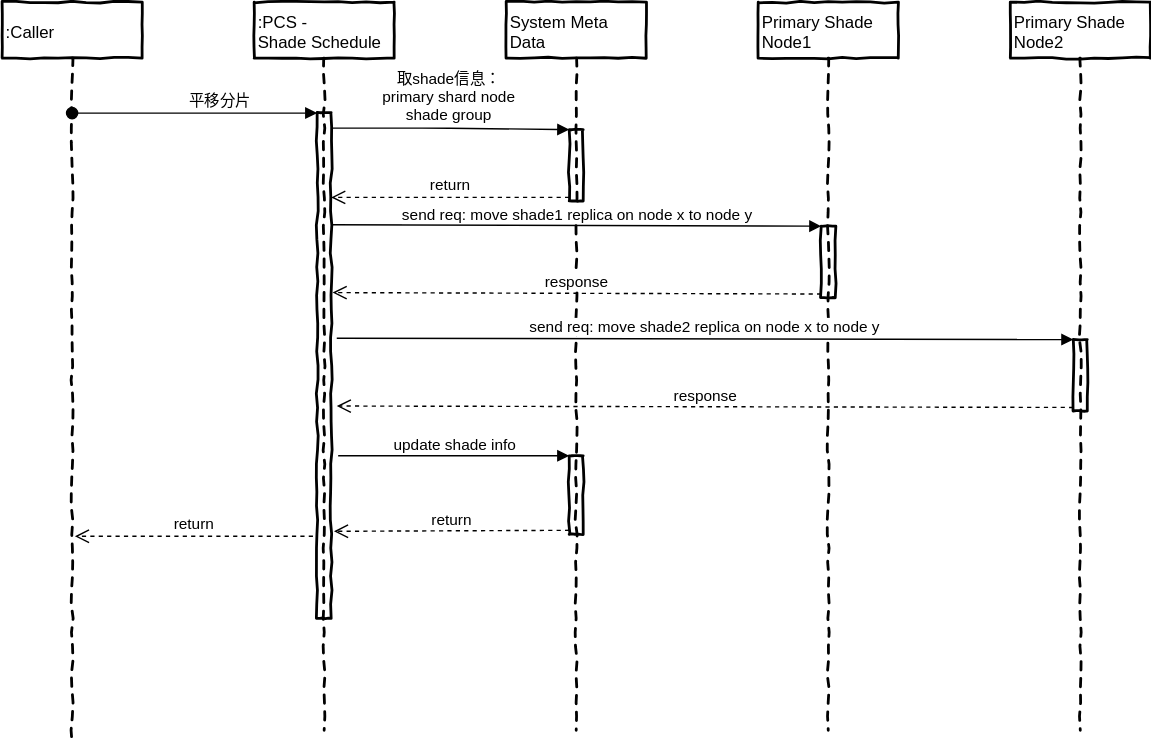
Above: attachments/1672969880164.drawio.svg in simbahebinbo/smallfat.github.io (draw.io), before the change. Source tidied: cells renumbered, new cells last; positions are measured from the earlier drawing's top-left corner, leaving out a move shared by most shapes.
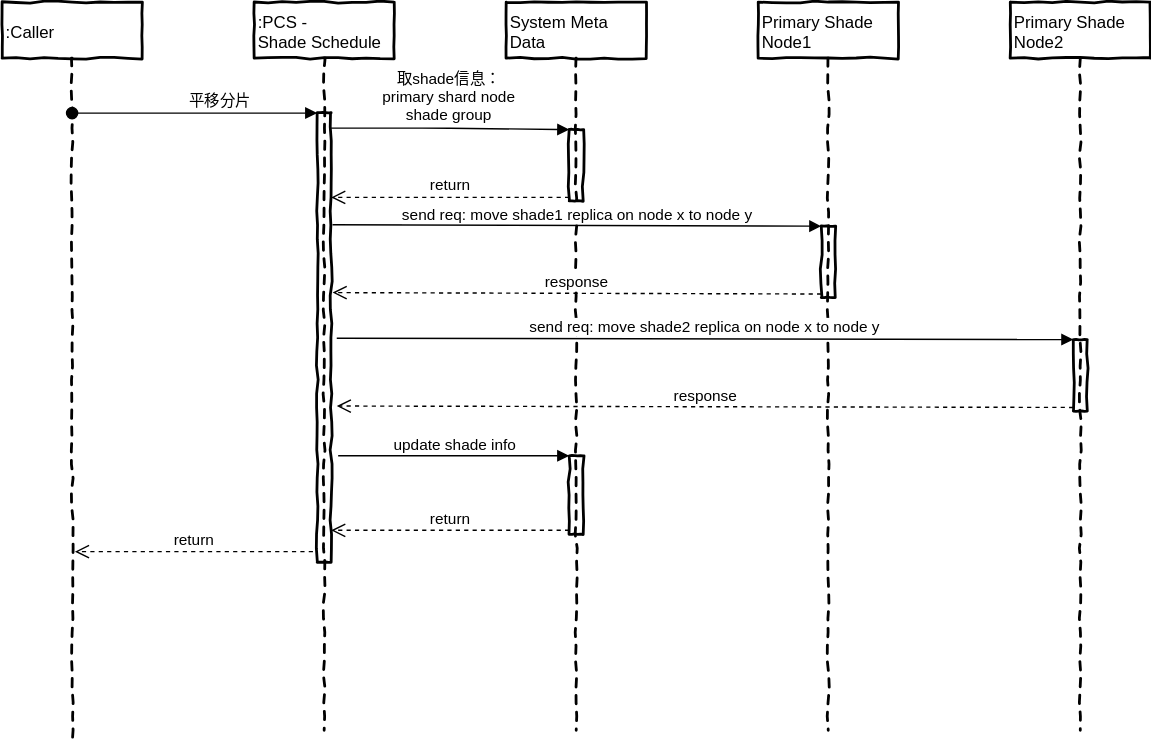
After the commit.

Commit message:
添加附件 : attachments/1672969880164.drawio.svg

The edit, as a diff of the source:
```diff
@@ -9,7 +9,7 @@
       <mxGeometry x="180" width="100" height="520" as="geometry" />
     </mxCell>
     <mxCell id="4" style="html=1;points=[];perimeter=orthogonalPerimeter;rounded=0;shadow=0;glass=0;comic=1;strokeColor=#000000;strokeWidth=2;fillColor=none;align=left;" parent="3" vertex="1">
-      <mxGeometry x="45" y="79" width="10" height="361" as="geometry" />
+      <mxGeometry x="45" y="79" width="10" height="321" as="geometry" />
     </mxCell>
     <mxCell id="5" value="System Meta Data" style="shape=umlLifeline;perimeter=lifelinePerimeter;whiteSpace=wrap;html=1;rounded=0;shadow=0;glass=0;comic=1;strokeColor=#000000;strokeWidth=2;fillColor=none;align=left;" parent="1" vertex="1">
       <mxGeometry x="360" width="100" height="520" as="geometry" />
@@ -58,8 +58,8 @@
     </mxCell>
     <mxCell id="16" value="return" style="html=1;verticalAlign=bottom;endArrow=open;dashed=1;endSize=8;exitX=0;exitY=0.95;strokeColor=#000000;" parent="1" edge="1">
       <mxGeometry relative="1" as="geometry">
-        <mxPoint x="222" y="381.5" as="sourcePoint" />
-        <mxPoint x="52" y="381.5" as="targetPoint" />
+        <mxPoint x="222" y="392.5" as="sourcePoint" />
+        <mxPoint x="52" y="392.5" as="targetPoint" />
       </mxGeometry>
     </mxCell>
     <mxCell id="17" value="Primary Shade Node2" style="shape=umlLifeline;perimeter=lifelinePerimeter;whiteSpace=wrap;html=1;rounded=0;shadow=0;glass=0;comic=1;strokeColor=#000000;strokeWidth=2;fillColor=none;align=left;" parent="1" vertex="1">
@@ -78,7 +78,7 @@
         <mxPoint x="239" y="288.5" as="targetPoint" />
       </mxGeometry>
     </mxCell>
-    <mxCell id="21" value="return" style="html=1;verticalAlign=bottom;endArrow=open;dashed=1;endSize=8;exitX=0;exitY=0.95;strokeColor=#000000;entryX=1.2;entryY=0.828;entryDx=0;entryDy=0;entryPerimeter=0;" parent="1" edge="1" source="7" target="4">
+    <mxCell id="21" value="return" style="html=1;verticalAlign=bottom;endArrow=open;dashed=1;endSize=8;exitX=0;exitY=0.95;strokeColor=#000000;" parent="1" edge="1" source="7" target="4">
       <mxGeometry relative="1" as="geometry" />
     </mxCell>
   </root>
```
